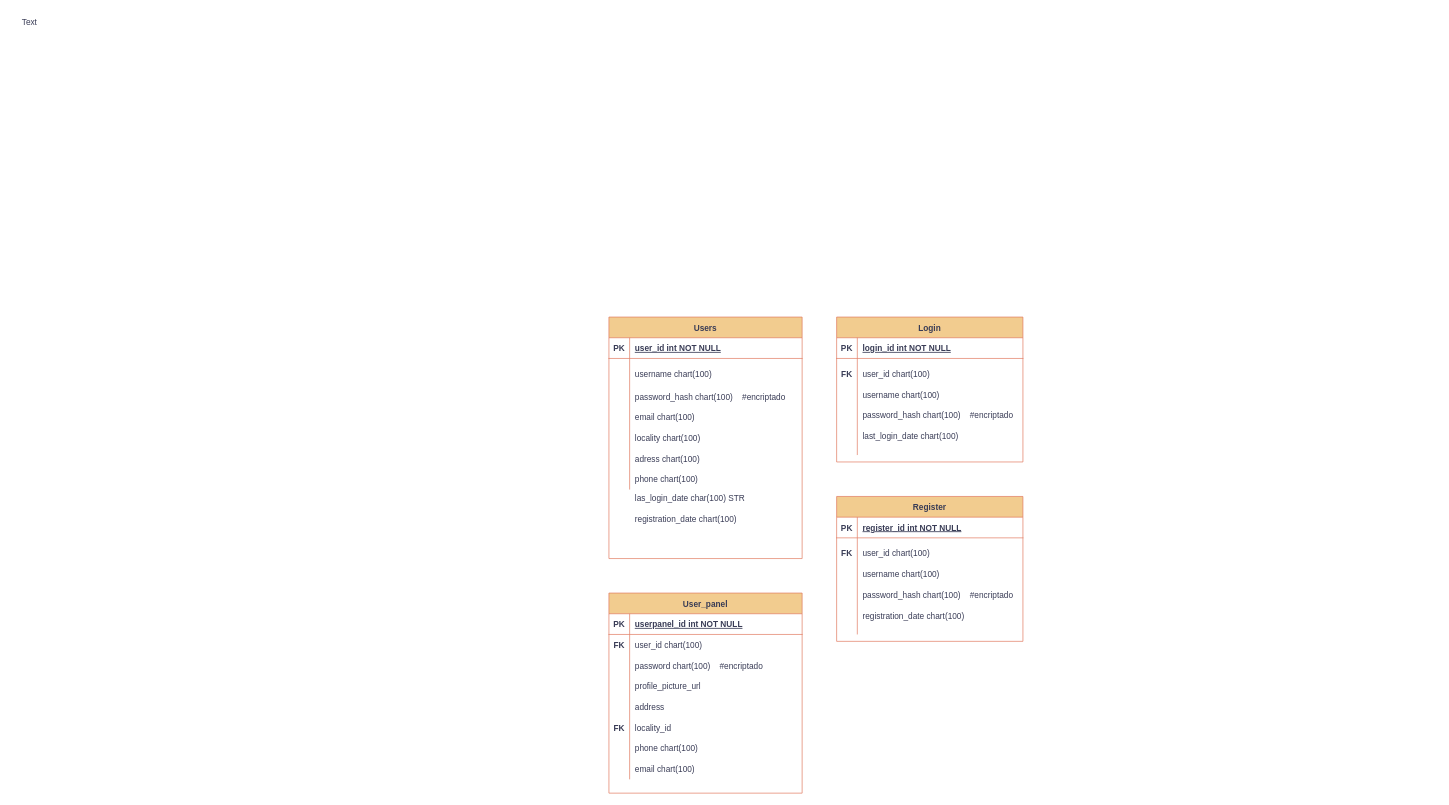
Toukhay/Mydeptos-2 keeps this draw.io diagram as Diagrama_Depto.drawio. Above is the earlier version. Source tidied: cells renumbered, new cells numbered last; positions are measured from the earlier drawing's top-left corner, leaving out a move shared by most shapes. Both pictures are drawn from the tidied source at 69%, with x=0, y=0 at pixel (12, 12).
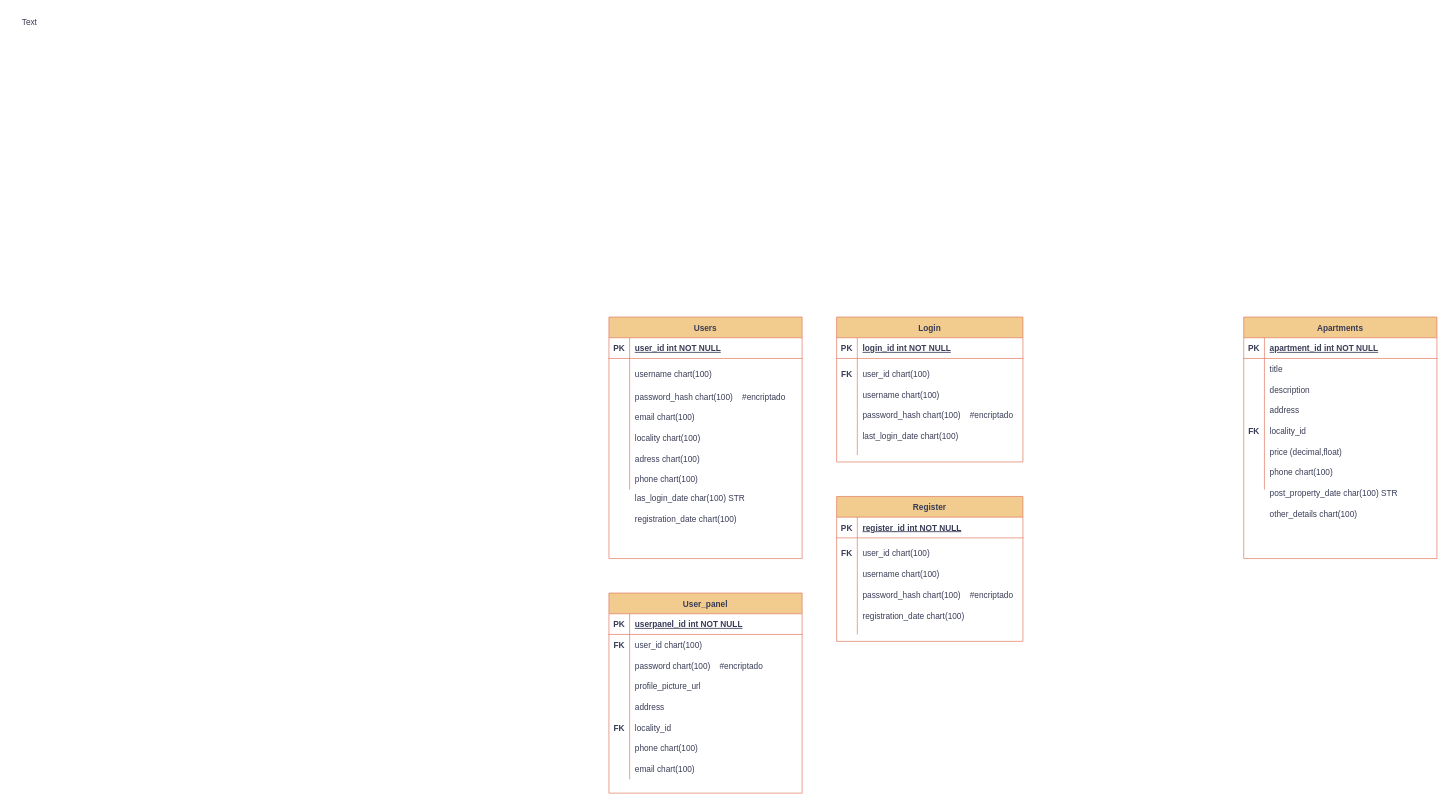
The same diagram, later.

Change to the diagram source:
```diff
@@
+    <mxCell id="58" value="Apartments" style="shape=table;startSize=30;childLayout=tableLayout;rowLines=0;fontStyle=1;align=center;labelBackgroundColor=none;fillColor=#F2CC8F;strokeColor=#E07A5F;fontColor=#393C56;" parent="1" vertex="1">
+      <mxGeometry x="1785" y="442" width="280" height="350" as="geometry" />
+    </mxCell>
+    <mxCell id="59" style="shape=partialRectangle;fillColor=none;top=0;left=0;right=0;bottom=1;labelBackgroundColor=none;strokeColor=#E07A5F;fontColor=#393C56;" parent="58" vertex="1">
+      <mxGeometry y="30" width="280" height="30" as="geometry" />
+    </mxCell>
+    <mxCell id="60" value="PK" style="shape=partialRectangle;overflow=hidden;fillColor=none;top=0;left=0;bottom=0;right=0;fontStyle=1;labelBackgroundColor=none;strokeColor=#E07A5F;fontColor=#393C56;" parent="59" vertex="1">
+      <mxGeometry width="30" height="30" as="geometry" />
+    </mxCell>
+    <mxCell id="61" value="apartment_id int NOT NULL" style="shape=partialRectangle;overflow=hidden;fillColor=none;top=0;left=0;bottom=0;right=0;align=left;spacingLeft=6;fontStyle=5;labelBackgroundColor=none;strokeColor=#E07A5F;fontColor=#393C56;" parent="59" vertex="1">
+      <mxGeometry x="30" width="250" height="30" as="geometry" />
+    </mxCell>
+    <mxCell id="62" style="shape=partialRectangle;fillColor=none;top=0;left=0;right=0;bottom=0;labelBackgroundColor=none;strokeColor=#E07A5F;fontColor=#393C56;" parent="58" vertex="1">
+      <mxGeometry y="60" width="280" height="190" as="geometry" />
+    </mxCell>
+    <mxCell id="63" style="shape=partialRectangle;overflow=hidden;fillColor=none;top=0;left=0;bottom=0;right=0;labelBackgroundColor=none;strokeColor=#E07A5F;fontColor=#393C56;" parent="62" vertex="1">
+      <mxGeometry width="30" height="190" as="geometry" />
+    </mxCell>
+    <mxCell id="64" style="shape=partialRectangle;overflow=hidden;fillColor=none;top=0;left=0;bottom=0;right=0;align=left;spacingLeft=6;labelBackgroundColor=none;strokeColor=#E07A5F;fontColor=#393C56;" parent="62" vertex="1">
+      <mxGeometry x="30" width="250" height="190" as="geometry" />
+    </mxCell>
+    <mxCell id="65" value="address" style="shape=partialRectangle;overflow=hidden;fillColor=none;top=0;left=0;bottom=0;right=0;align=left;spacingLeft=6;labelBackgroundColor=none;strokeColor=#E07A5F;fontColor=#393C56;" parent="1" vertex="1">
+      <mxGeometry x="1815" y="562" width="150" height="30" as="geometry" />
+    </mxCell>
+    <mxCell id="66" value="description" style="shape=partialRectangle;overflow=hidden;fillColor=none;top=0;left=0;bottom=0;right=0;align=left;spacingLeft=6;labelBackgroundColor=none;strokeColor=#E07A5F;fontColor=#393C56;" parent="1" vertex="1">
+      <mxGeometry x="1815" y="532" width="250" height="30" as="geometry" />
+    </mxCell>
+    <mxCell id="67" value="locality_id" style="shape=partialRectangle;overflow=hidden;fillColor=none;top=0;left=0;bottom=0;right=0;align=left;spacingLeft=6;labelBackgroundColor=none;strokeColor=#E07A5F;fontColor=#393C56;" parent="1" vertex="1">
+      <mxGeometry x="1815" y="592" width="150" height="30" as="geometry" />
+    </mxCell>
+    <mxCell id="68" value="price (decimal,float)" style="shape=partialRectangle;overflow=hidden;fillColor=none;top=0;left=0;bottom=0;right=0;align=left;spacingLeft=6;labelBackgroundColor=none;strokeColor=#E07A5F;fontColor=#393C56;" parent="1" vertex="1">
+      <mxGeometry x="1815" y="622" width="150" height="30" as="geometry" />
+    </mxCell>
+    <mxCell id="69" value="title" style="shape=partialRectangle;overflow=hidden;fillColor=none;top=0;left=0;bottom=0;right=0;align=left;spacingLeft=6;labelBackgroundColor=none;strokeColor=#E07A5F;fontColor=#393C56;" parent="1" vertex="1">
+      <mxGeometry x="1815" y="502" width="150" height="30" as="geometry" />
+    </mxCell>
+    <mxCell id="70" value="post_property_date char(100) STR" style="shape=partialRectangle;overflow=hidden;fillColor=none;top=0;left=0;bottom=0;right=0;align=left;spacingLeft=6;labelBackgroundColor=none;strokeColor=#E07A5F;fontColor=#393C56;" parent="1" vertex="1">
+      <mxGeometry x="1815" y="682" width="250" height="30" as="geometry" />
+    </mxCell>
+    <mxCell id="71" value="phone chart(100)" style="shape=partialRectangle;overflow=hidden;fillColor=none;top=0;left=0;bottom=0;right=0;align=left;spacingLeft=6;labelBackgroundColor=none;strokeColor=#E07A5F;fontColor=#393C56;" parent="1" vertex="1">
+      <mxGeometry x="1815" y="652" width="150" height="30" as="geometry" />
+    </mxCell>
+    <mxCell id="72" value="other_details chart(100)" style="shape=partialRectangle;overflow=hidden;fillColor=none;top=0;left=0;bottom=0;right=0;align=left;spacingLeft=6;labelBackgroundColor=none;strokeColor=#E07A5F;fontColor=#393C56;" parent="1" vertex="1">
+      <mxGeometry x="1815" y="712" width="250" height="30" as="geometry" />
+    </mxCell>
+    <mxCell id="73" value="FK" style="shape=partialRectangle;overflow=hidden;fillColor=none;top=0;left=0;bottom=0;right=0;fontStyle=1;labelBackgroundColor=none;strokeColor=#E07A5F;fontColor=#393C56;" parent="1" vertex="1">
+      <mxGeometry x="1785" y="592" width="30" height="30" as="geometry" />
+    </mxCell>
```
